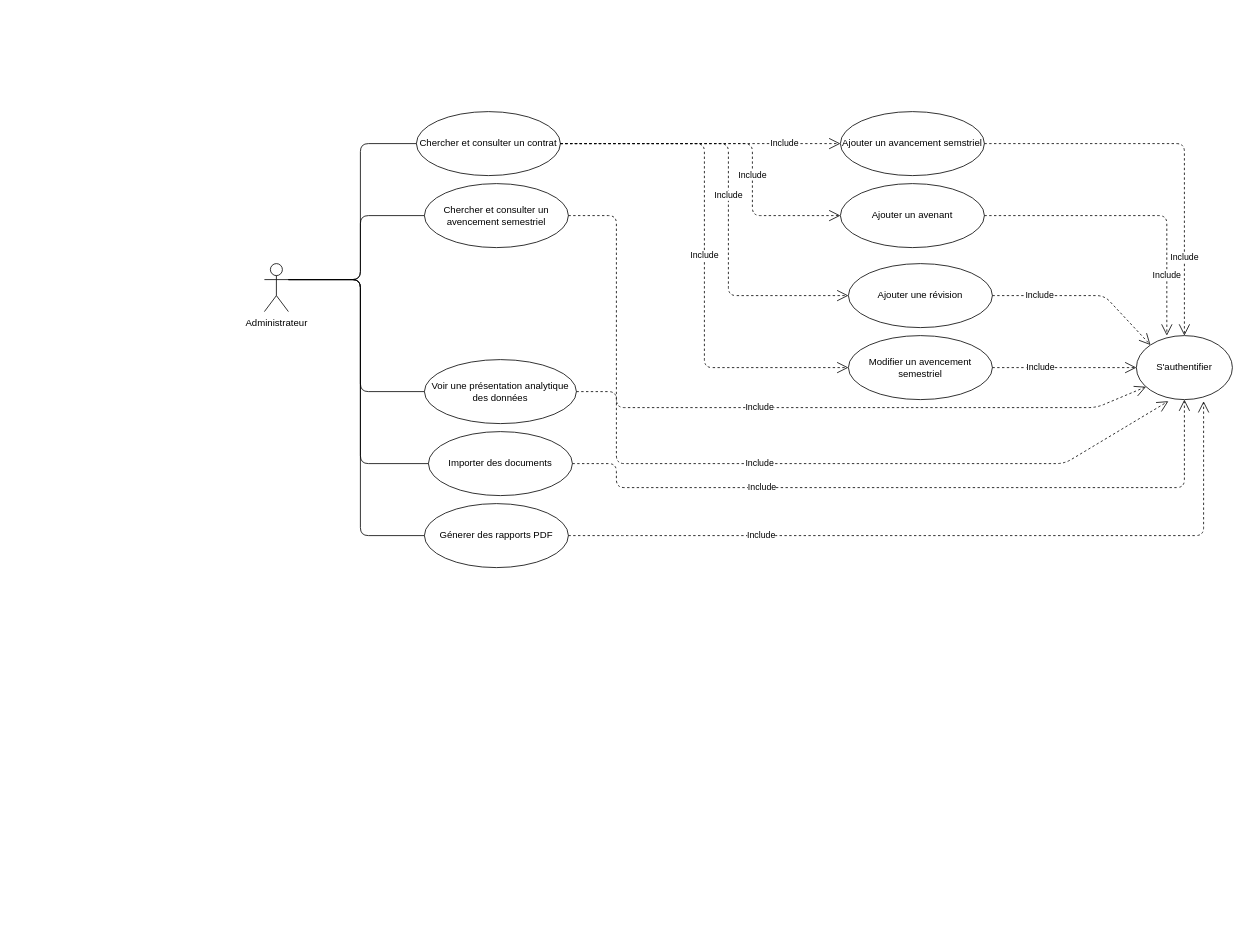
Above: page "UseCasesGestion/Suivi" (8 of 8) of diagramms/Diagram.drawio in abdorah/stage2021 (draw.io), before the change. Source tidied: cells renumbered, new cells numbered last; positions are measured from the earlier drawing's top-left corner, leaving out a move shared by most shapes. Both pictures are drawn from the tidied source at 80%, with x=0, y=0 at pixel (264, 111).
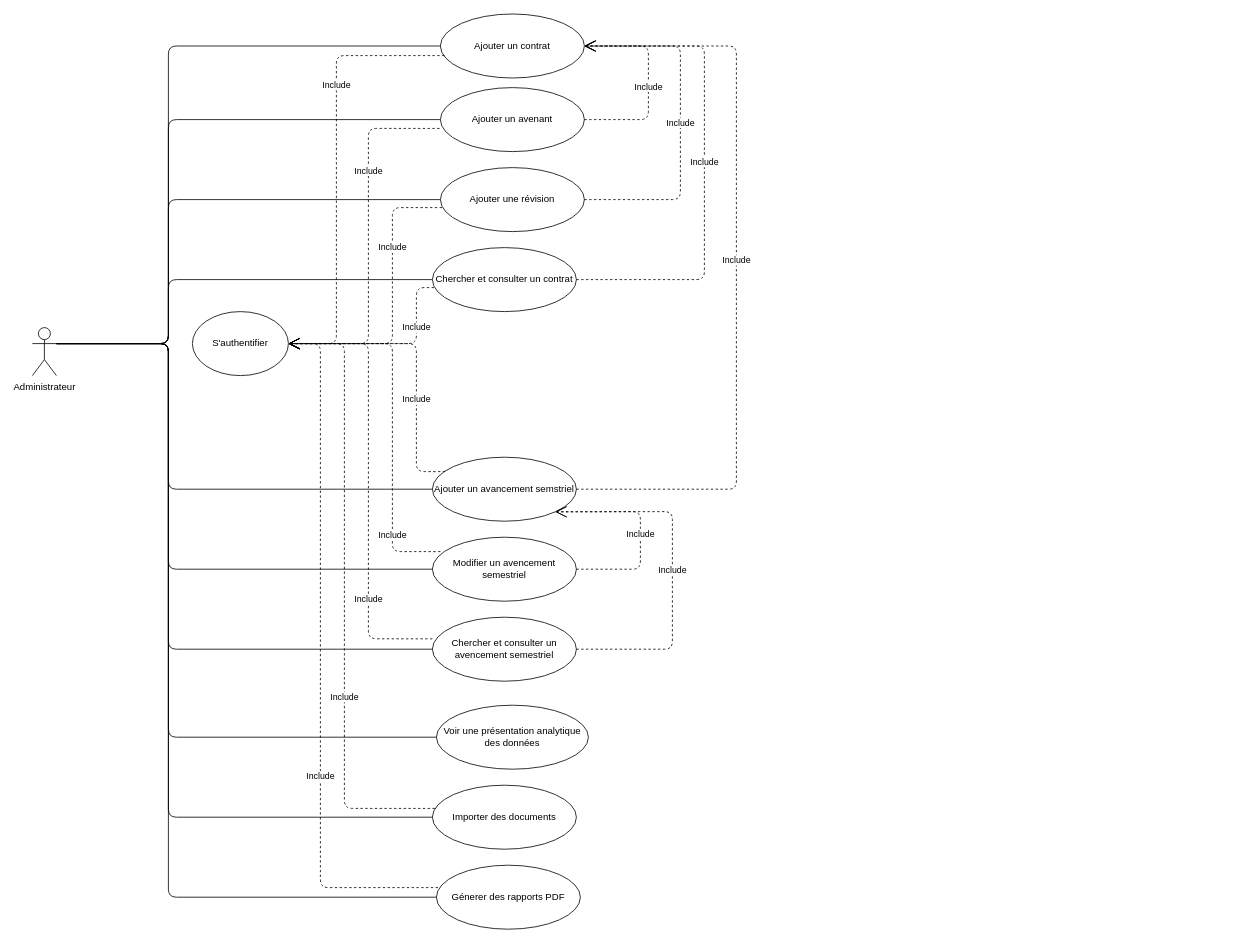
Above is the later version.

What changed in the source:
```diff
@@
-    <mxCell id="0" />
-    <mxCell id="1" parent="0" />
+    <mxCell id="30" />
+    <mxCell id="31" parent="30" />
-    <mxCell id="2" value="Administrateur" style="shape=umlActor;verticalLabelPosition=bottom;verticalAlign=top;html=1;outlineConnect=0;" parent="1" vertex="1">
-      <mxGeometry y="190" width="30" height="60" as="geometry" />
+    <mxCell id="2" value="Administrateur" style="shape=umlActor;verticalLabelPosition=bottom;verticalAlign=top;html=1;outlineConnect=0;" parent="31" vertex="1">
+      <mxGeometry x="-290" y="270" width="30" height="60" as="geometry" />
     </mxCell>
-    <mxCell id="3" value="Ajouter un avancement semstriel" style="ellipse;whiteSpace=wrap;html=1;" parent="1" vertex="1">
-      <mxGeometry x="720" width="180" height="80" as="geometry" />
+    <mxCell id="3" value="Ajouter un avancement semstriel" style="ellipse;whiteSpace=wrap;html=1;" parent="31" vertex="1">
+      <mxGeometry x="210" y="432" width="180" height="80" as="geometry" />
     </mxCell>
-    <mxCell id="4" value="Chercher et consulter un contrat" style="ellipse;whiteSpace=wrap;html=1;" parent="1" vertex="1">
-      <mxGeometry x="190" width="180" height="80" as="geometry" />
-    </mxCell>
+    <mxCell id="32" value="Ajouter un contrat" style="ellipse;whiteSpace=wrap;html=1;" parent="31" vertex="1">
+      <mxGeometry x="220" y="-122" width="180" height="80" as="geometry" />
+    </mxCell>
-    <mxCell id="5" value="Chercher et consulter un avencement semestriel" style="ellipse;whiteSpace=wrap;html=1;" parent="1" vertex="1">
-      <mxGeometry x="200" y="90" width="180" height="80" as="geometry" />
+    <mxCell id="5" value="Chercher et consulter un avencement semestriel" style="ellipse;whiteSpace=wrap;html=1;" parent="31" vertex="1">
+      <mxGeometry x="210" y="632" width="180" height="80" as="geometry" />
     </mxCell>
-    <mxCell id="6" value="Voir une présentation analytique des données" style="ellipse;whiteSpace=wrap;html=1;" parent="1" vertex="1">
-      <mxGeometry x="200" y="310" width="190" height="80" as="geometry" />
+    <mxCell id="6" value="Voir une présentation analytique des données" style="ellipse;whiteSpace=wrap;html=1;" parent="31" vertex="1">
+      <mxGeometry x="215" y="742" width="190" height="80" as="geometry" />
     </mxCell>
-    <mxCell id="7" value="Génerer des rapports PDF" style="ellipse;whiteSpace=wrap;html=1;" parent="1" vertex="1">
-      <mxGeometry x="200" y="490" width="180" height="80" as="geometry" />
+    <mxCell id="7" value="Génerer des rapports PDF" style="ellipse;whiteSpace=wrap;html=1;" parent="31" vertex="1">
+      <mxGeometry x="215" y="942" width="180" height="80" as="geometry" />
     </mxCell>
-    <mxCell id="8" value="S'authentifier" style="ellipse;whiteSpace=wrap;html=1;" parent="1" vertex="1">
-      <mxGeometry x="1090" y="280" width="120" height="80" as="geometry" />
+    <mxCell id="8" value="S'authentifier" style="ellipse;whiteSpace=wrap;html=1;" parent="31" vertex="1">
+      <mxGeometry x="-90" y="250" width="120" height="80" as="geometry" />
     </mxCell>
-    <mxCell id="9" value="Ajouter un avenant" style="ellipse;whiteSpace=wrap;html=1;" parent="1" vertex="1">
-      <mxGeometry x="720" y="90" width="180" height="80" as="geometry" />
+    <mxCell id="9" value="Ajouter un avenant" style="ellipse;whiteSpace=wrap;html=1;" parent="31" vertex="1">
+      <mxGeometry x="220" y="-30" width="180" height="80" as="geometry" />
     </mxCell>
-    <mxCell id="10" value="Ajouter une révision" style="ellipse;whiteSpace=wrap;html=1;" parent="1" vertex="1">
-      <mxGeometry x="730" y="190" width="180" height="80" as="geometry" />
+    <mxCell id="10" value="Ajouter une révision" style="ellipse;whiteSpace=wrap;html=1;" parent="31" vertex="1">
+      <mxGeometry x="220" y="70" width="180" height="80" as="geometry" />
     </mxCell>
-    <mxCell id="11" value="Importer des documents" style="ellipse;whiteSpace=wrap;html=1;" parent="1" vertex="1">
-      <mxGeometry x="205" y="400" width="180" height="80" as="geometry" />
+    <mxCell id="11" value="Importer des documents" style="ellipse;whiteSpace=wrap;html=1;" parent="31" vertex="1">
+      <mxGeometry x="210" y="842" width="180" height="80" as="geometry" />
     </mxCell>
-    <mxCell id="12" value="Modifier un avencement semestriel" style="ellipse;whiteSpace=wrap;html=1;" parent="1" vertex="1">
-      <mxGeometry x="730" y="280" width="180" height="80" as="geometry" />
+    <mxCell id="12" value="Modifier un avencement semestriel" style="ellipse;whiteSpace=wrap;html=1;" parent="31" vertex="1">
+      <mxGeometry x="210" y="532" width="180" height="80" as="geometry" />
     </mxCell>
-    <mxCell id="13" value="Include" style="endArrow=open;endSize=12;dashed=1;html=1;exitX=1;exitY=0.5;exitDx=0;exitDy=0;entryX=0;entryY=0.5;entryDx=0;entryDy=0;" parent="1" edge="1" source="4" target="3">
-      <mxGeometry x="0.6" relative="1" as="geometry">
-        <Array as="points">
-          <mxPoint x="580" y="40" />
-        </Array>
-      </mxGeometry>
-    </mxCell>
-    <mxCell id="14" style="endArrow=none;html=1;exitX=1;exitY=0.3333333333333333;exitDx=0;exitDy=0;exitPerimeter=0;entryX=0;entryY=0.5;entryDx=0;entryDy=0;" parent="1" edge="1" source="2" target="4">
-      <mxGeometry relative="1" as="geometry">
-        <Array as="points">
-          <mxPoint x="120" y="210" />
-          <mxPoint x="120" y="40" />
-        </Array>
-      </mxGeometry>
-    </mxCell>
+    <mxCell id="33" style="endArrow=none;html=1;exitX=1;exitY=0.3333333333333333;exitDx=0;exitDy=0;exitPerimeter=0;entryX=0;entryY=0.5;entryDx=0;entryDy=0;" parent="31" edge="1" source="2" target="32">
+      <mxGeometry relative="1" as="geometry">
+        <Array as="points">
+          <mxPoint x="-120" y="290" />
+          <mxPoint x="-120" y="-82" />
+        </Array>
+      </mxGeometry>
+    </mxCell>
-    <mxCell id="15" style="endArrow=none;html=1;entryX=0;entryY=0.5;entryDx=0;entryDy=0;exitX=1;exitY=0.3333333333333333;exitDx=0;exitDy=0;exitPerimeter=0;" parent="1" edge="1" source="2" target="5">
+    <mxCell id="15" style="endArrow=none;html=1;entryX=0;entryY=0.5;entryDx=0;entryDy=0;exitX=1;exitY=0.3333333333333333;exitDx=0;exitDy=0;exitPerimeter=0;" parent="31" edge="1" source="2" target="5">
       <mxGeometry relative="1" as="geometry">
         <Array as="points">
-          <mxPoint x="120" y="210" />
-          <mxPoint x="120" y="130" />
+          <mxPoint x="-120" y="290" />
+          <mxPoint x="-120" y="672" />
         </Array>
       </mxGeometry>
     </mxCell>
-    <mxCell id="16" value="Include" style="endArrow=open;endSize=12;dashed=1;html=1;exitX=1;exitY=0.5;exitDx=0;exitDy=0;entryX=0;entryY=0.5;entryDx=0;entryDy=0;" parent="1" edge="1" source="4" target="9">
-      <mxGeometry x="0.27" relative="1" as="geometry">
-        <Array as="points">
-          <mxPoint x="610" y="40" />
-          <mxPoint x="610" y="130" />
-        </Array>
-      </mxGeometry>
-    </mxCell>
-    <mxCell id="17" value="Include" style="endArrow=open;endSize=12;dashed=1;html=1;exitX=1;exitY=0.5;exitDx=0;exitDy=0;entryX=0;entryY=0.5;entryDx=0;entryDy=0;" parent="1" edge="1" source="4" target="10">
-      <mxGeometry relative="1" as="geometry">
-        <Array as="points">
-          <mxPoint x="580" y="40" />
-          <mxPoint x="580" y="230" />
-        </Array>
-      </mxGeometry>
-    </mxCell>
-    <mxCell id="18" value="Include" style="endArrow=open;endSize=12;dashed=1;html=1;exitX=1;exitY=0.5;exitDx=0;exitDy=0;entryX=0;entryY=0.5;entryDx=0;entryDy=0;" parent="1" edge="1" source="4" target="12">
-      <mxGeometry relative="1" as="geometry">
-        <Array as="points">
-          <mxPoint x="550" y="40" />
-          <mxPoint x="550" y="320" />
-        </Array>
-      </mxGeometry>
-    </mxCell>
-    <mxCell id="19" style="endArrow=none;html=1;entryX=0;entryY=0.5;entryDx=0;entryDy=0;exitX=1;exitY=0.3333333333333333;exitDx=0;exitDy=0;exitPerimeter=0;" parent="1" edge="1" source="2" target="6">
+    <mxCell id="19" style="endArrow=none;html=1;entryX=0;entryY=0.5;entryDx=0;entryDy=0;exitX=1;exitY=0.3333333333333333;exitDx=0;exitDy=0;exitPerimeter=0;" parent="31" edge="1" source="2" target="6">
       <mxGeometry relative="1" as="geometry">
         <Array as="points">
-          <mxPoint x="120" y="210" />
-          <mxPoint x="120" y="350" />
+          <mxPoint x="-120" y="290" />
+          <mxPoint x="-120" y="782" />
         </Array>
       </mxGeometry>
     </mxCell>
-    <mxCell id="20" style="endArrow=none;html=1;entryX=0;entryY=0.5;entryDx=0;entryDy=0;exitX=1;exitY=0.3333333333333333;exitDx=0;exitDy=0;exitPerimeter=0;" parent="1" edge="1" source="2" target="11">
+    <mxCell id="20" style="endArrow=none;html=1;entryX=0;entryY=0.5;entryDx=0;entryDy=0;exitX=1;exitY=0.3333333333333333;exitDx=0;exitDy=0;exitPerimeter=0;" parent="31" edge="1" source="2" target="11">
       <mxGeometry relative="1" as="geometry">
         <Array as="points">
-          <mxPoint x="120" y="210" />
-          <mxPoint x="120" y="440" />
+          <mxPoint x="-120" y="290" />
+          <mxPoint x="-120" y="882" />
         </Array>
       </mxGeometry>
     </mxCell>
-    <mxCell id="21" style="endArrow=none;html=1;entryX=0;entryY=0.5;entryDx=0;entryDy=0;exitX=1;exitY=0.3333333333333333;exitDx=0;exitDy=0;exitPerimeter=0;" parent="1" edge="1" source="2" target="7">
+    <mxCell id="21" style="endArrow=none;html=1;entryX=0;entryY=0.5;entryDx=0;entryDy=0;exitX=1;exitY=0.3333333333333333;exitDx=0;exitDy=0;exitPerimeter=0;" parent="31" edge="1" source="2" target="7">
       <mxGeometry relative="1" as="geometry">
         <Array as="points">
-          <mxPoint x="120" y="210" />
-          <mxPoint x="120" y="530" />
+          <mxPoint x="-120" y="290" />
+          <mxPoint x="-120" y="982" />
         </Array>
       </mxGeometry>
     </mxCell>
-    <mxCell id="22" value="Include" style="endArrow=open;endSize=12;dashed=1;html=1;entryX=0.5;entryY=0;entryDx=0;entryDy=0;" parent="1" edge="1" target="8">
-      <mxGeometry x="0.6" relative="1" as="geometry">
-        <mxPoint x="900" y="40" as="sourcePoint" />
-        <Array as="points">
-          <mxPoint x="1150" y="40" />
-        </Array>
-      </mxGeometry>
-    </mxCell>
+    <mxCell id="34" value="Include" style="endArrow=open;endSize=12;dashed=1;html=1;entryX=1;entryY=0.5;entryDx=0;entryDy=0;exitX=1;exitY=0.5;exitDx=0;exitDy=0;" parent="31" edge="1" source="9" target="32">
+      <mxGeometry x="-0.04" relative="1" as="geometry">
+        <Array as="points">
+          <mxPoint x="480" y="10" />
+          <mxPoint x="480" y="-82" />
+        </Array>
+      </mxGeometry>
+    </mxCell>
+    <mxCell id="4" value="Chercher et consulter un contrat" style="ellipse;whiteSpace=wrap;html=1;" parent="31" vertex="1">
+      <mxGeometry x="210" y="170" width="180" height="80" as="geometry" />
+    </mxCell>
+    <mxCell id="35" style="endArrow=none;html=1;entryX=0;entryY=0.5;entryDx=0;entryDy=0;exitX=1;exitY=0.3333333333333333;exitDx=0;exitDy=0;exitPerimeter=0;" parent="31" edge="1" source="2" target="3">
+      <mxGeometry relative="1" as="geometry">
+        <Array as="points">
+          <mxPoint x="-120" y="290" />
+          <mxPoint x="-120" y="472" />
+        </Array>
+      </mxGeometry>
+    </mxCell>
+    <mxCell id="36" value="Include" style="endArrow=open;endSize=12;dashed=1;html=1;entryX=1;entryY=0.5;entryDx=0;entryDy=0;exitX=1;exitY=0.5;exitDx=0;exitDy=0;" parent="31" edge="1" source="10" target="32">
+      <mxGeometry relative="1" as="geometry">
+        <Array as="points">
+          <mxPoint x="520" y="110" />
+          <mxPoint x="520" y="-82" />
+        </Array>
+      </mxGeometry>
+    </mxCell>
+    <mxCell id="37" value="Include" style="endArrow=open;endSize=12;dashed=1;html=1;entryX=1;entryY=0.5;entryDx=0;entryDy=0;exitX=1;exitY=0.5;exitDx=0;exitDy=0;" parent="31" edge="1" source="4" target="32">
+      <mxGeometry x="0.02" relative="1" as="geometry">
+        <Array as="points">
+          <mxPoint x="550" y="210" />
+          <mxPoint x="550" y="-82" />
+        </Array>
+      </mxGeometry>
+    </mxCell>
+    <mxCell id="38" value="Include" style="endArrow=open;endSize=12;dashed=1;html=1;entryX=1;entryY=0.5;entryDx=0;entryDy=0;exitX=1;exitY=0.5;exitDx=0;exitDy=0;" parent="31" edge="1" source="3" target="32">
+      <mxGeometry x="0.03" relative="1" as="geometry">
+        <Array as="points">
+          <mxPoint x="590" y="472" />
+          <mxPoint x="590" y="-82" />
+        </Array>
+      </mxGeometry>
+    </mxCell>
+    <mxCell id="39" value="Include" style="endArrow=open;endSize=12;dashed=1;html=1;exitX=1;exitY=0.5;exitDx=0;exitDy=0;entryX=1;entryY=1;entryDx=0;entryDy=0;" parent="31" edge="1" source="12" target="3">
+      <mxGeometry x="-0.04" relative="1" as="geometry">
+        <Array as="points">
+          <mxPoint x="470" y="572" />
+          <mxPoint x="470" y="500" />
+        </Array>
+      </mxGeometry>
+    </mxCell>
+    <mxCell id="40" value="Include" style="endArrow=open;endSize=12;dashed=1;html=1;exitX=1;exitY=0.5;exitDx=0;exitDy=0;entryX=1;entryY=1;entryDx=0;entryDy=0;" parent="31" edge="1" source="5" target="3">
+      <mxGeometry relative="1" as="geometry">
+        <Array as="points">
+          <mxPoint x="510" y="672" />
+          <mxPoint x="510" y="500" />
+        </Array>
+      </mxGeometry>
+    </mxCell>
+    <mxCell id="41" style="endArrow=none;html=1;entryX=0;entryY=0.5;entryDx=0;entryDy=0;exitX=1;exitY=0.3333333333333333;exitDx=0;exitDy=0;exitPerimeter=0;" parent="31" edge="1" source="2" target="12">
+      <mxGeometry relative="1" as="geometry">
+        <Array as="points">
+          <mxPoint x="-120" y="290" />
+          <mxPoint x="-120" y="572" />
+        </Array>
+      </mxGeometry>
+    </mxCell>
+    <mxCell id="14" style="endArrow=none;html=1;exitX=1;exitY=0.3333333333333333;exitDx=0;exitDy=0;exitPerimeter=0;entryX=0;entryY=0.5;entryDx=0;entryDy=0;" parent="31" edge="1" source="2" target="4">
+      <mxGeometry relative="1" as="geometry">
+        <Array as="points">
+          <mxPoint x="-120" y="290" />
+          <mxPoint x="-120" y="210" />
+        </Array>
+      </mxGeometry>
+    </mxCell>
+    <mxCell id="42" style="endArrow=none;html=1;exitX=1;exitY=0.3333333333333333;exitDx=0;exitDy=0;exitPerimeter=0;entryX=0;entryY=0.5;entryDx=0;entryDy=0;" parent="31" edge="1" source="2" target="10">
+      <mxGeometry relative="1" as="geometry">
+        <Array as="points">
+          <mxPoint x="-120" y="290" />
+          <mxPoint x="-120" y="110" />
+        </Array>
+      </mxGeometry>
+    </mxCell>
+    <mxCell id="43" style="endArrow=none;html=1;entryX=0;entryY=0.5;entryDx=0;entryDy=0;exitX=1;exitY=0.3333333333333333;exitDx=0;exitDy=0;exitPerimeter=0;" parent="31" edge="1" source="2" target="9">
+      <mxGeometry relative="1" as="geometry">
+        <Array as="points">
+          <mxPoint x="-120" y="290" />
+          <mxPoint x="-120" y="10" />
+        </Array>
+      </mxGeometry>
+    </mxCell>
+    <mxCell id="29" value="Include" style="endArrow=open;endSize=12;dashed=1;html=1;entryX=1;entryY=0.5;entryDx=0;entryDy=0;exitX=0.011;exitY=0.35;exitDx=0;exitDy=0;exitPerimeter=0;" parent="31" edge="1" source="7" target="8">
+      <mxGeometry x="-0.34" relative="1" as="geometry">
+        <Array as="points">
+          <mxPoint x="70" y="970" />
+          <mxPoint x="70" y="290" />
+        </Array>
+      </mxGeometry>
+    </mxCell>
+    <mxCell id="28" value="Include" style="endArrow=open;endSize=12;dashed=1;html=1;exitX=0.017;exitY=0.363;exitDx=0;exitDy=0;exitPerimeter=0;entryX=1;entryY=0.5;entryDx=0;entryDy=0;" parent="31" edge="1" source="11" target="8">
+      <mxGeometry x="-0.34" relative="1" as="geometry">
+        <Array as="points">
+          <mxPoint x="100" y="871" />
+          <mxPoint x="100" y="290" />
+        </Array>
+      </mxGeometry>
+    </mxCell>
+    <mxCell id="26" value="Include" style="endArrow=open;endSize=12;dashed=1;html=1;exitX=0;exitY=0.338;exitDx=0;exitDy=0;exitPerimeter=0;entryX=1;entryY=0.5;entryDx=0;entryDy=0;" parent="31" edge="1" source="5" target="8">
+      <mxGeometry x="-0.53" relative="1" as="geometry">
+        <Array as="points">
+          <mxPoint x="130" y="659" />
+          <mxPoint x="130" y="290" />
+        </Array>
+      </mxGeometry>
+    </mxCell>
+    <mxCell id="25" value="Include" style="endArrow=open;endSize=12;dashed=1;html=1;exitX=0.056;exitY=0.225;exitDx=0;exitDy=0;exitPerimeter=0;entryX=1;entryY=0.5;entryDx=0;entryDy=0;" parent="31" edge="1" source="12" target="8">
+      <mxGeometry x="-0.64" relative="1" as="geometry">
+        <Array as="points">
+          <mxPoint x="160" y="550" />
+          <mxPoint x="160" y="290" />
+        </Array>
+      </mxGeometry>
+    </mxCell>
+    <mxCell id="44" value="Include" style="endArrow=open;endSize=12;dashed=1;html=1;exitX=0.089;exitY=0.225;exitDx=0;exitDy=0;exitPerimeter=0;entryX=1;entryY=0.5;entryDx=0;entryDy=0;" parent="31" edge="1" source="3" target="8">
+      <mxGeometry x="-0.29" relative="1" as="geometry">
+        <Array as="points">
+          <mxPoint x="190" y="450" />
+          <mxPoint x="190" y="290" />
+        </Array>
+      </mxGeometry>
+    </mxCell>
+    <mxCell id="45" value="Include" style="endArrow=open;endSize=12;dashed=1;html=1;exitX=0.011;exitY=0.625;exitDx=0;exitDy=0;exitPerimeter=0;entryX=1;entryY=0.5;entryDx=0;entryDy=0;" parent="31" edge="1" source="4" target="8">
+      <mxGeometry x="-0.43" relative="1" as="geometry">
+        <Array as="points">
+          <mxPoint x="190" y="220" />
+          <mxPoint x="190" y="290" />
+        </Array>
+      </mxGeometry>
+    </mxCell>
+    <mxCell id="46" value="Include" style="endArrow=open;endSize=12;dashed=1;html=1;entryX=1;entryY=0.5;entryDx=0;entryDy=0;" parent="31" edge="1" target="8">
+      <mxGeometry x="-0.38" relative="1" as="geometry">
+        <mxPoint x="222" y="120" as="sourcePoint" />
+        <Array as="points">
+          <mxPoint x="160" y="120" />
+          <mxPoint x="160" y="230" />
+          <mxPoint x="160" y="290" />
+        </Array>
+      </mxGeometry>
+    </mxCell>
-    <mxCell id="23" value="Include" style="endArrow=open;endSize=12;dashed=1;html=1;entryX=0.317;entryY=0;entryDx=0;entryDy=0;exitX=1;exitY=0.5;exitDx=0;exitDy=0;entryPerimeter=0;" parent="1" edge="1" source="9" target="8">
-      <mxGeometry x="0.6" relative="1" as="geometry">
+    <mxCell id="23" value="Include" style="endArrow=open;endSize=12;dashed=1;html=1;entryX=1;entryY=0.5;entryDx=0;entryDy=0;exitX=-0.006;exitY=0.638;exitDx=0;exitDy=0;exitPerimeter=0;" parent="31" edge="1" source="9" target="8">
+      <mxGeometry x="-0.38" relative="1" as="geometry">
         <Array as="points">
-          <mxPoint x="1128" y="130" />
+          <mxPoint x="130" y="21" />
+          <mxPoint x="130" y="290" />
         </Array>
       </mxGeometry>
     </mxCell>
-    <mxCell id="24" value="Include" style="endArrow=open;endSize=12;dashed=1;html=1;entryX=0;entryY=0;entryDx=0;entryDy=0;exitX=1;exitY=0.5;exitDx=0;exitDy=0;" parent="1" edge="1" source="10" target="8">
-      <mxGeometry x="-0.47" relative="1" as="geometry">
-        <Array as="points">
-          <mxPoint x="1050" y="230" />
-        </Array>
-      </mxGeometry>
-    </mxCell>
-    <mxCell id="25" value="Include" style="endArrow=open;endSize=12;dashed=1;html=1;entryX=0;entryY=0.5;entryDx=0;entryDy=0;exitX=1;exitY=0.5;exitDx=0;exitDy=0;" parent="1" edge="1" source="12" target="8">
-      <mxGeometry x="-0.33" relative="1" as="geometry">
-        <Array as="points">
-          <mxPoint x="1020" y="320" />
-        </Array>
-      </mxGeometry>
-    </mxCell>
-    <mxCell id="26" value="Include" style="endArrow=open;endSize=12;dashed=1;html=1;exitX=1;exitY=0.5;exitDx=0;exitDy=0;entryX=0.1;entryY=0.8;entryDx=0;entryDy=0;entryPerimeter=0;" parent="1" edge="1" source="5" target="8">
-      <mxGeometry x="-0.01" relative="1" as="geometry">
-        <Array as="points">
-          <mxPoint x="440" y="130" />
-          <mxPoint x="440" y="370" />
-          <mxPoint x="1040" y="370" />
-        </Array>
-      </mxGeometry>
-    </mxCell>
-    <mxCell id="27" value="Include" style="endArrow=open;endSize=12;dashed=1;html=1;exitX=1;exitY=0.5;exitDx=0;exitDy=0;" parent="1" edge="1" source="6">
-      <mxGeometry x="-0.25" relative="1" as="geometry">
-        <mxPoint x="1130" y="362" as="targetPoint" />
-        <Array as="points">
-          <mxPoint x="440" y="350" />
-          <mxPoint x="440" y="440" />
-          <mxPoint x="1000" y="440" />
-        </Array>
-      </mxGeometry>
-    </mxCell>
-    <mxCell id="28" value="Include" style="endArrow=open;endSize=12;dashed=1;html=1;exitX=1;exitY=0.5;exitDx=0;exitDy=0;entryX=0.5;entryY=1;entryDx=0;entryDy=0;" parent="1" edge="1" source="11" target="8">
-      <mxGeometry x="-0.41" relative="1" as="geometry">
-        <Array as="points">
-          <mxPoint x="440" y="440" />
-          <mxPoint x="440" y="470" />
-          <mxPoint x="1150" y="470" />
-        </Array>
-      </mxGeometry>
-    </mxCell>
-    <mxCell id="29" value="Include" style="endArrow=open;endSize=12;dashed=1;html=1;exitX=1;exitY=0.5;exitDx=0;exitDy=0;entryX=0.7;entryY=1.025;entryDx=0;entryDy=0;entryPerimeter=0;" parent="1" edge="1" source="7" target="8">
-      <mxGeometry x="-0.5" relative="1" as="geometry">
-        <Array as="points">
-          <mxPoint x="450" y="530" />
-          <mxPoint x="1174" y="530" />
-        </Array>
-      </mxGeometry>
-    </mxCell>
+    <mxCell id="47" value="Include" style="endArrow=open;endSize=12;dashed=1;html=1;entryX=1;entryY=0.5;entryDx=0;entryDy=0;exitX=0.028;exitY=0.65;exitDx=0;exitDy=0;exitPerimeter=0;" parent="31" edge="1" source="32" target="8">
+      <mxGeometry x="-0.38" relative="1" as="geometry">
+        <Array as="points">
+          <mxPoint x="90" y="-70" />
+          <mxPoint x="90" y="290" />
+        </Array>
+      </mxGeometry>
+    </mxCell>
```
